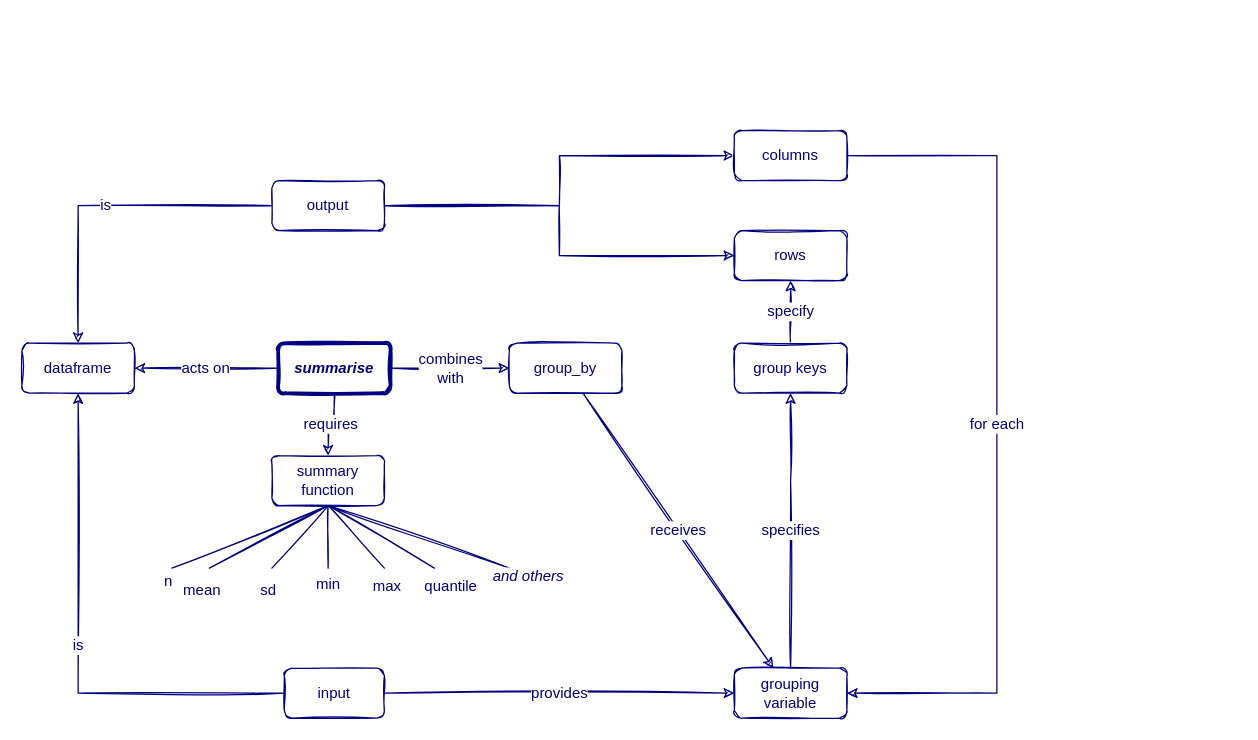
larnsce/diagrams keeps this draw.io diagram as dplyr-summairse.drawio. Above is the earlier version. Source tidied: cells renumbered, new cells numbered last; positions are measured from the earlier drawing's top-left corner, leaving out a move shared by most shapes. Both pictures are drawn from the tidied source at 125%, with x=0, y=0 at pixel (21, 130).
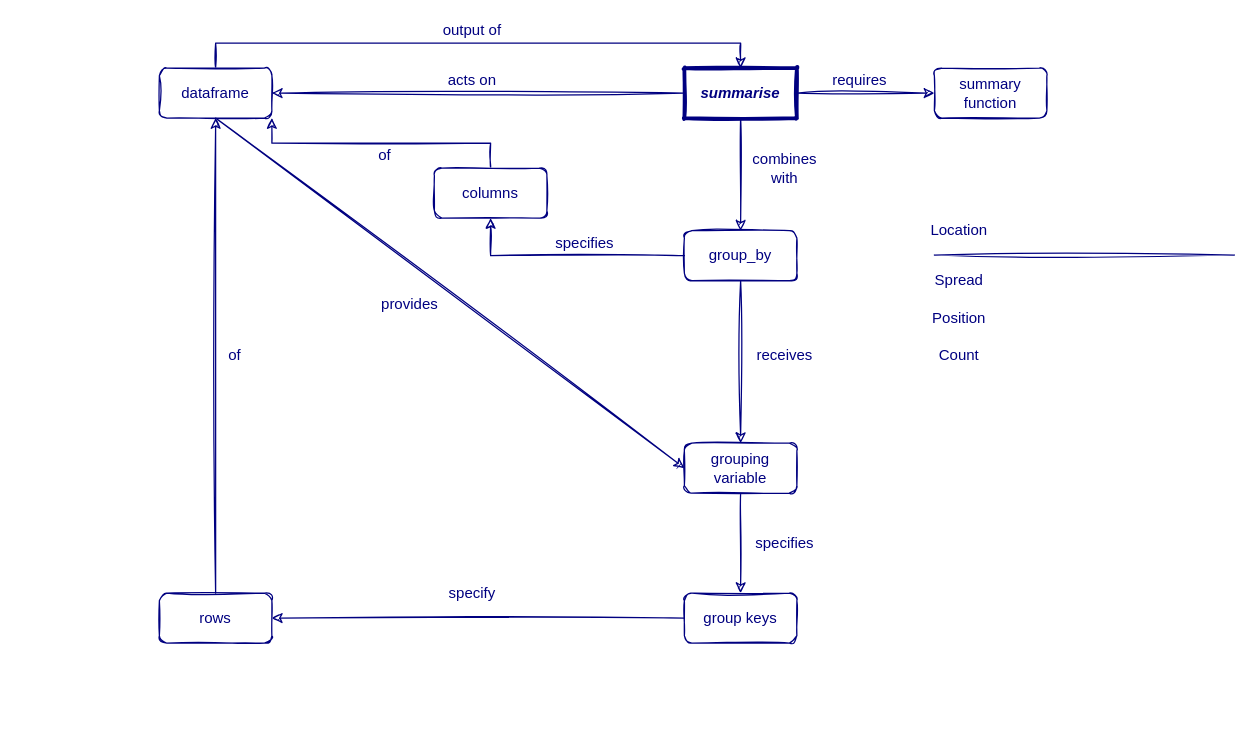
The same page after the edit.

The edit, as a diff of the source:
```diff
@@
-    <mxCell id="2" value="&lt;div style=&quot;font-size: 12px;&quot;&gt;requires&lt;/div&gt;" style="edgeStyle=orthogonalEdgeStyle;rounded=0;sketch=1;jettySize=auto;html=1;strokeColor=#000080;fontFamily=Helvetica;fontColor=#000080;fontSize=12;" parent="1" edge="1" source="5" target="16">
-      <mxGeometry relative="1" as="geometry" />
-    </mxCell>
-    <mxCell id="3" value="&lt;div&gt;combines&lt;/div&gt;&lt;div&gt;with&lt;/div&gt;" style="edgeStyle=orthogonalEdgeStyle;rounded=0;sketch=1;jettySize=auto;html=1;exitX=1;exitY=0.5;exitDx=0;exitDy=0;endArrow=classic;endFill=1;strokeColor=#000080;fontFamily=Helvetica;fontSize=12;fontColor=#000080;" parent="1" edge="1" source="5" target="18">
-      <mxGeometry relative="1" as="geometry" />
+    <mxCell id="3" value="&lt;div&gt;combines&lt;/div&gt;&lt;div&gt;with&lt;/div&gt;" style="edgeStyle=orthogonalEdgeStyle;rounded=0;sketch=1;jettySize=auto;html=1;exitX=0.5;exitY=1;exitDx=0;exitDy=0;endArrow=classic;endFill=1;strokeColor=#000080;fontFamily=Helvetica;fontSize=12;fontColor=#000080;" parent="1" edge="1" source="5" target="18">
+      <mxGeometry x="-0.11" y="35" relative="1" as="geometry" />
     </mxCell>
     <mxCell id="4" value="acts on" style="edgeStyle=none;rounded=0;sketch=1;jettySize=auto;html=1;exitX=0;exitY=0.5;exitDx=0;exitDy=0;entryX=1;entryY=0.5;entryDx=0;entryDy=0;endArrow=classic;endFill=1;strokeColor=#000080;fontFamily=Helvetica;fontSize=12;fontColor=#000080;" parent="1" edge="1" source="5" target="8">
-      <mxGeometry relative="1" as="geometry" />
+      <mxGeometry x="0.03" y="-10" relative="1" as="geometry" />
     </mxCell>
+    <mxCell id="2" value="requires" style="edgeStyle=orthogonalEdgeStyle;rounded=0;sketch=1;jettySize=auto;html=1;exitX=1;exitY=0.5;exitDx=0;exitDy=0;endArrow=classic;endFill=1;strokeColor=#000080;fontFamily=Helvetica;fontSize=12;fontColor=#000080;" parent="1" edge="1" source="5" target="16">
+      <mxGeometry x="-0.09" y="10" relative="1" as="geometry" />
+    </mxCell>
-    <mxCell id="5" value="&lt;div style=&quot;font-size: 12px;&quot;&gt;summarise&lt;/div&gt;" style="rounded=1;whiteSpace=wrap;html=1;sketch=1;strokeColor=#000080;fontFamily=Helvetica;strokeWidth=3;fontColor=#000080;fontStyle=3;fontSize=12;" parent="1" vertex="1">
-      <mxGeometry x="205" y="170" width="90" height="40" as="geometry" />
+    <mxCell id="5" value="&lt;div style=&quot;font-size: 12px;&quot;&gt;summarise&lt;/div&gt;" style="rounded=1;whiteSpace=wrap;html=1;sketch=1;strokeColor=#000080;fontFamily=Helvetica;strokeWidth=3;fontColor=#000080;fontStyle=3;fontSize=12;arcSize=0;" parent="1" vertex="1">
+      <mxGeometry x="530" y="-50" width="90" height="40" as="geometry" />
     </mxCell>
@@
-    <mxCell id="7" value="provides" style="edgeStyle=orthogonalEdgeStyle;rounded=0;sketch=1;jettySize=auto;html=1;exitX=1;exitY=0.5;exitDx=0;exitDy=0;endArrow=classic;endFill=1;strokeColor=#000080;fontFamily=Helvetica;fontSize=12;fontColor=#000080;" parent="1" edge="1" source="26" target="20">
-      <mxGeometry relative="1" as="geometry" />
+    <mxCell id="7" value="provides" style="edgeStyle=none;rounded=0;sketch=1;jettySize=auto;html=1;exitX=0.5;exitY=1;exitDx=0;exitDy=0;entryX=0;entryY=0.5;entryDx=0;entryDy=0;endArrow=classic;endFill=1;strokeColor=#000080;fontFamily=Helvetica;fontSize=12;fontColor=#000080;" parent="1" edge="1" source="8" target="20">
+      <mxGeometry x="-0.09" y="-27" relative="1" as="geometry" />
     </mxCell>
+    <mxCell id="32" value="output of" style="edgeStyle=orthogonalEdgeStyle;rounded=0;sketch=1;jettySize=auto;html=1;exitX=0.5;exitY=0;exitDx=0;exitDy=0;entryX=0.5;entryY=0;entryDx=0;entryDy=0;endArrow=classic;endFill=1;strokeColor=#000080;fontFamily=Helvetica;fontSize=12;fontColor=#000080;" parent="1" edge="1" source="8" target="5">
+      <mxGeometry x="-0.02" y="10" relative="1" as="geometry" />
+    </mxCell>
     <mxCell id="8" value="&lt;div style=&quot;font-size: 12px;&quot;&gt;dataframe&lt;/div&gt;" style="rounded=1;whiteSpace=wrap;html=1;sketch=1;strokeColor=#000080;fontFamily=Helvetica;strokeWidth=1;fontColor=#000080;fontStyle=0;fontSize=12;" parent="1" vertex="1">
-      <mxGeometry y="170" width="90" height="40" as="geometry" />
+      <mxGeometry x="110" y="-50" width="90" height="40" as="geometry" />
     </mxCell>
-    <mxCell id="9" value="&lt;div style=&quot;font-size: 12px;&quot;&gt;n&lt;/div&gt;" style="edgeStyle=none;rounded=0;sketch=1;jettySize=auto;html=1;exitX=0.5;exitY=1;exitDx=0;exitDy=0;endArrow=none;endFill=0;strokeColor=#000080;fontFamily=Helvetica;fontColor=#000080;fontSize=12;" parent="1" edge="1" source="16">
-      <mxGeometry x="1" y="10" relative="1" as="geometry">
-        <mxPoint x="120" y="350" as="targetPoint" />
-        <mxPoint x="-6" y="2" as="offset" />
-      </mxGeometry>
-    </mxCell>
-    <mxCell id="10" value="&lt;div&gt;mean&lt;/div&gt;&lt;div&gt;&lt;br&gt;&lt;/div&gt;" style="edgeStyle=none;rounded=0;sketch=1;jettySize=auto;html=1;exitX=0.5;exitY=1;exitDx=0;exitDy=0;endArrow=none;endFill=0;strokeColor=#000080;fontFamily=Helvetica;fontSize=12;fontColor=#000080;" parent="1" edge="1" source="16">
-      <mxGeometry x="1" y="20" relative="1" as="geometry">
-        <mxPoint x="150" y="350" as="targetPoint" />
-        <mxPoint x="-16" y="7" as="offset" />
-      </mxGeometry>
-    </mxCell>
-    <mxCell id="11" value="&lt;div&gt;sd&lt;/div&gt;&lt;div&gt;&lt;br&gt;&lt;/div&gt;" style="edgeStyle=none;rounded=0;sketch=1;jettySize=auto;html=1;exitX=0.5;exitY=1;exitDx=0;exitDy=0;endArrow=none;endFill=0;strokeColor=#000080;fontFamily=Helvetica;fontSize=12;fontColor=#000080;" parent="1" edge="1" source="16">
-      <mxGeometry x="1" y="20" relative="1" as="geometry">
-        <mxPoint x="200" y="350" as="targetPoint" />
-        <mxPoint x="-18" y="12" as="offset" />
-      </mxGeometry>
-    </mxCell>
-    <mxCell id="12" value="&lt;div&gt;min&lt;/div&gt;&lt;div&gt;&lt;br&gt;&lt;/div&gt;" style="edgeStyle=none;rounded=0;sketch=1;jettySize=auto;html=1;exitX=0.5;exitY=1;exitDx=0;exitDy=0;endArrow=none;endFill=0;strokeColor=#000080;fontFamily=Helvetica;fontSize=12;fontColor=#000080;" parent="1" edge="1" source="16">
-      <mxGeometry x="1" y="20" relative="1" as="geometry">
-        <mxPoint x="245" y="350" as="targetPoint" />
-        <mxPoint x="-20" y="20" as="offset" />
-      </mxGeometry>
-    </mxCell>
-    <mxCell id="13" value="&lt;div&gt;max&lt;/div&gt;&lt;div&gt;&lt;br&gt;&lt;/div&gt;" style="edgeStyle=none;rounded=0;sketch=1;jettySize=auto;html=1;exitX=0.5;exitY=1;exitDx=0;exitDy=0;endArrow=none;endFill=0;strokeColor=#000080;fontFamily=Helvetica;fontSize=12;fontColor=#000080;" parent="1" edge="1" source="16">
-      <mxGeometry x="1" y="-20" relative="1" as="geometry">
-        <mxPoint x="290" y="350" as="targetPoint" />
-        <mxPoint x="17" y="9" as="offset" />
-      </mxGeometry>
-    </mxCell>
-    <mxCell id="14" value="&lt;div&gt;quantile&lt;/div&gt;&lt;div&gt;&lt;br&gt;&lt;/div&gt;" style="edgeStyle=none;rounded=0;sketch=1;jettySize=auto;html=1;exitX=0.5;exitY=1;exitDx=0;exitDy=0;endArrow=none;endFill=0;strokeColor=#000080;fontFamily=Helvetica;fontSize=12;fontColor=#000080;" parent="1" edge="1" source="16">
-      <mxGeometry x="1" y="-22" relative="1" as="geometry">
-        <mxPoint x="330" y="350" as="targetPoint" />
-        <mxPoint x="24" y="3" as="offset" />
-      </mxGeometry>
-    </mxCell>
-    <mxCell id="15" value="&lt;div&gt;and others&lt;/div&gt;" style="edgeStyle=none;rounded=0;sketch=1;jettySize=auto;html=1;exitX=0.5;exitY=1;exitDx=0;exitDy=0;endArrow=none;endFill=0;strokeColor=#000080;fontFamily=Helvetica;fontSize=12;fontColor=#000080;fontStyle=2;" parent="1" edge="1" source="16">
-      <mxGeometry x="1" y="22" relative="1" as="geometry">
-        <mxPoint x="390" y="350" as="targetPoint" />
-        <mxPoint x="8" y="28" as="offset" />
-      </mxGeometry>
-    </mxCell>
     <mxCell id="16" value="summary function" style="whiteSpace=wrap;html=1;rounded=1;fontColor=#000080;fontStyle=0;strokeColor=#000080;strokeWidth=1;sketch=1;fontSize=12;" parent="1" vertex="1">
-      <mxGeometry x="200" y="260" width="90" height="40" as="geometry" />
+      <mxGeometry x="730" y="-50" width="90" height="40" as="geometry" />
     </mxCell>
-    <mxCell id="17" value="&lt;div&gt;receives&lt;/div&gt;" style="rounded=0;sketch=1;jettySize=auto;html=1;endArrow=classic;endFill=1;strokeColor=#000080;fontFamily=Helvetica;fontSize=12;fontColor=#000080;" parent="1" edge="1" source="18" target="20">
-      <mxGeometry relative="1" as="geometry" />
+    <mxCell id="17" value="&lt;div&gt;receives&lt;/div&gt;" style="rounded=0;sketch=1;jettySize=auto;html=1;endArrow=classic;endFill=1;strokeColor=#000080;fontFamily=Helvetica;fontSize=12;fontColor=#000080;entryX=0.5;entryY=0;entryDx=0;entryDy=0;" parent="1" edge="1" source="18" target="20">
+      <mxGeometry x="-0.08" y="35" relative="1" as="geometry" />
     </mxCell>
+    <mxCell id="33" value="specifies" style="edgeStyle=orthogonalEdgeStyle;rounded=0;sketch=1;jettySize=auto;html=1;exitX=0;exitY=0.5;exitDx=0;exitDy=0;endArrow=classic;endFill=1;strokeColor=#000080;fontFamily=Helvetica;fontSize=12;fontColor=#000080;" parent="1" edge="1" source="18" target="28">
+      <mxGeometry x="0.78" y="-75" relative="1" as="geometry" />
+    </mxCell>
     <mxCell id="18" value="group_by" style="rounded=1;whiteSpace=wrap;html=1;sketch=1;strokeColor=#000080;strokeWidth=1;fontSize=12;fontColor=#000080;" parent="1" vertex="1">
-      <mxGeometry x="390" y="170" width="90" height="40" as="geometry" />
+      <mxGeometry x="530" y="80" width="90" height="40" as="geometry" />
     </mxCell>
-    <mxCell id="19" value="specifies" style="edgeStyle=orthogonalEdgeStyle;rounded=0;sketch=1;jettySize=auto;html=1;exitX=0.5;exitY=0;exitDx=0;exitDy=0;entryX=0.5;entryY=1;entryDx=0;entryDy=0;endArrow=classic;endFill=1;strokeColor=#000080;fontFamily=Helvetica;fontSize=12;fontColor=#000080;" parent="1" edge="1" source="20" target="31">
-      <mxGeometry relative="1" as="geometry">
-        <Array as="points">
-          <mxPoint x="615" y="280" />
-          <mxPoint x="615" y="280" />
-        </Array>
-      </mxGeometry>
+    <mxCell id="19" value="specifies" style="edgeStyle=orthogonalEdgeStyle;rounded=0;sketch=1;jettySize=auto;html=1;exitX=0.5;exitY=1;exitDx=0;exitDy=0;endArrow=classic;endFill=1;strokeColor=#000080;fontFamily=Helvetica;fontSize=12;fontColor=#000080;" parent="1" edge="1" source="20" target="31">
+      <mxGeometry y="35" relative="1" as="geometry" />
     </mxCell>
     <mxCell id="20" value="&lt;div&gt;grouping&lt;/div&gt;&lt;div&gt;variable&lt;br&gt;&lt;/div&gt;" style="whiteSpace=wrap;html=1;rounded=1;fontColor=#000080;strokeColor=#000080;strokeWidth=1;sketch=1;" parent="1" vertex="1">
-      <mxGeometry x="570" y="430" width="90" height="40" as="geometry" />
+      <mxGeometry x="530" y="250" width="90" height="40" as="geometry" />
     </mxCell>
-    <mxCell id="21" value="is" style="edgeStyle=orthogonalEdgeStyle;rounded=0;sketch=1;jettySize=auto;html=1;exitX=0;exitY=0.5;exitDx=0;exitDy=0;entryX=0.5;entryY=0;entryDx=0;entryDy=0;endArrow=classic;endFill=1;strokeColor=#000080;fontFamily=Helvetica;fontSize=12;fontColor=#000080;" parent="1" edge="1" source="24" target="8">
-      <mxGeometry relative="1" as="geometry" />
-    </mxCell>
-    <mxCell id="22" style="edgeStyle=orthogonalEdgeStyle;rounded=0;sketch=1;jettySize=auto;html=1;exitX=1;exitY=0.5;exitDx=0;exitDy=0;endArrow=classic;endFill=1;strokeColor=#000080;fontFamily=Helvetica;fontSize=12;fontColor=#000080;" parent="1" edge="1" source="24" target="28">
-      <mxGeometry relative="1" as="geometry" />
-    </mxCell>
-    <mxCell id="23" style="edgeStyle=orthogonalEdgeStyle;rounded=0;sketch=1;jettySize=auto;html=1;exitX=1;exitY=0.5;exitDx=0;exitDy=0;endArrow=classic;endFill=1;strokeColor=#000080;fontFamily=Helvetica;fontSize=12;fontColor=#000080;" parent="1" edge="1" source="24" target="29">
-      <mxGeometry relative="1" as="geometry" />
-    </mxCell>
-    <mxCell id="24" value="output" style="rounded=1;whiteSpace=wrap;html=1;sketch=1;strokeColor=#000080;strokeWidth=1;fontSize=12;fontColor=#000080;" parent="1" vertex="1">
-      <mxGeometry x="200" y="40" width="90" height="40" as="geometry" />
-    </mxCell>
-    <mxCell id="25" value="&lt;div&gt;is&lt;/div&gt;" style="edgeStyle=orthogonalEdgeStyle;rounded=0;sketch=1;jettySize=auto;html=1;exitX=0;exitY=0.5;exitDx=0;exitDy=0;endArrow=classic;endFill=1;strokeColor=#000080;fontFamily=Helvetica;fontSize=12;fontColor=#000080;" parent="1" edge="1" source="26" target="8">
-      <mxGeometry relative="1" as="geometry" />
-    </mxCell>
-    <mxCell id="26" value="input" style="rounded=1;whiteSpace=wrap;html=1;sketch=1;strokeColor=#000080;strokeWidth=1;fontSize=12;fontColor=#000080;" parent="1" vertex="1">
-      <mxGeometry x="210" y="430" width="80" height="40" as="geometry" />
-    </mxCell>
-    <mxCell id="27" value="for each" style="edgeStyle=orthogonalEdgeStyle;rounded=0;sketch=1;jettySize=auto;html=1;exitX=1;exitY=0.5;exitDx=0;exitDy=0;entryX=1;entryY=0.5;entryDx=0;entryDy=0;endArrow=classic;endFill=1;strokeColor=#000080;fontFamily=Helvetica;fontSize=12;fontColor=#000080;" parent="1" edge="1" source="28" target="20">
-      <mxGeometry relative="1" as="geometry">
-        <Array as="points">
-          <mxPoint x="780" y="20" />
-          <mxPoint x="780" y="450" />
-        </Array>
-      </mxGeometry>
-    </mxCell>
-    <mxCell id="28" value="&lt;div&gt;columns&lt;/div&gt;" style="rounded=1;whiteSpace=wrap;html=1;sketch=1;strokeColor=#000080;strokeWidth=1;fontSize=12;fontColor=#000080;" parent="1" vertex="1">
-      <mxGeometry x="570" width="90" height="40" as="geometry" />
-    </mxCell>
+    <mxCell id="34" value="of" style="edgeStyle=orthogonalEdgeStyle;rounded=0;sketch=1;jettySize=auto;html=1;exitX=0.5;exitY=0;exitDx=0;exitDy=0;endArrow=classic;endFill=1;strokeColor=#000080;fontFamily=Helvetica;fontSize=12;fontColor=#000080;" parent="1" edge="1" source="29" target="8">
+      <mxGeometry y="-15" relative="1" as="geometry" />
+    </mxCell>
-    <mxCell id="29" value="&lt;div&gt;rows&lt;/div&gt;" style="rounded=1;whiteSpace=wrap;html=1;sketch=1;strokeColor=#000080;strokeWidth=1;fontSize=12;fontColor=#000080;" parent="1" vertex="1">
-      <mxGeometry x="570" y="80" width="90" height="40" as="geometry" />
+    <mxCell id="29" value="rows" style="rounded=1;whiteSpace=wrap;html=1;sketch=1;strokeColor=#000080;strokeWidth=1;fontSize=12;fontColor=#000080;" parent="1" vertex="1">
+      <mxGeometry x="110" y="370" width="90" height="40" as="geometry" />
     </mxCell>
-    <mxCell id="30" value="specify" style="edgeStyle=orthogonalEdgeStyle;rounded=0;sketch=1;jettySize=auto;html=1;exitX=0.5;exitY=0;exitDx=0;exitDy=0;entryX=0.5;entryY=1;entryDx=0;entryDy=0;endArrow=classic;endFill=1;strokeColor=#000080;fontFamily=Helvetica;fontSize=12;fontColor=#000080;" parent="1" edge="1" source="31" target="29">
-      <mxGeometry relative="1" as="geometry" />
+    <mxCell id="30" value="specify" style="edgeStyle=orthogonalEdgeStyle;rounded=0;sketch=1;jettySize=auto;html=1;exitX=0;exitY=0.5;exitDx=0;exitDy=0;entryX=1;entryY=0.5;entryDx=0;entryDy=0;endArrow=classic;endFill=1;strokeColor=#000080;fontFamily=Helvetica;fontSize=12;fontColor=#000080;" parent="1" edge="1" source="31" target="29">
+      <mxGeometry x="0.03" y="-20" relative="1" as="geometry" />
     </mxCell>
     <mxCell id="31" value="group keys" style="rounded=1;whiteSpace=wrap;html=1;sketch=1;strokeColor=#000080;strokeWidth=1;fontSize=12;fontColor=#000080;" parent="1" vertex="1">
-      <mxGeometry x="570" y="170" width="90" height="40" as="geometry" />
+      <mxGeometry x="530" y="370" width="90" height="40" as="geometry" />
     </mxCell>
+    <mxCell id="35" value="of" style="rounded=0;sketch=1;jettySize=auto;html=1;exitX=0.5;exitY=0;exitDx=0;exitDy=0;entryX=1;entryY=1;entryDx=0;entryDy=0;endArrow=classic;endFill=1;strokeColor=#000080;fontFamily=Helvetica;fontSize=12;fontColor=#000080;edgeStyle=orthogonalEdgeStyle;" parent="1" edge="1" source="28" target="8">
+      <mxGeometry x="-0.02" y="10" relative="1" as="geometry" />
+    </mxCell>
+    <mxCell id="28" value="columns" style="rounded=1;whiteSpace=wrap;html=1;sketch=1;strokeColor=#000080;strokeWidth=1;fontSize=12;fontColor=#000080;" parent="1" vertex="1">
+      <mxGeometry x="330" y="30" width="90" height="40" as="geometry" />
+    </mxCell>
+    <mxCell id="36" style="endArrow=none;html=1;strokeColor=#000080;fontFamily=Helvetica;fontSize=12;fontColor=#000080;sketch=1;" parent="1" edge="1">
+      <mxGeometry relative="1" as="geometry">
+        <mxPoint x="730" y="99.5" as="sourcePoint" />
+        <mxPoint x="970" y="99.5" as="targetPoint" />
+      </mxGeometry>
+    </mxCell>
+    <mxCell id="37" value="Location" style="text;html=1;strokeColor=none;fillColor=none;align=center;verticalAlign=middle;whiteSpace=wrap;rounded=0;sketch=1;fontSize=12;fontColor=#000080;" parent="1" vertex="1">
+      <mxGeometry x="730" y="70" width="40" height="20" as="geometry" />
+    </mxCell>
+    <mxCell id="38" value="Spread" style="text;html=1;strokeColor=none;fillColor=none;align=center;verticalAlign=middle;whiteSpace=wrap;rounded=0;sketch=1;fontSize=12;fontColor=#000080;" parent="1" vertex="1">
+      <mxGeometry x="730" y="110" width="40" height="20" as="geometry" />
+    </mxCell>
+    <mxCell id="39" value="Position" style="text;html=1;strokeColor=none;fillColor=none;align=center;verticalAlign=middle;whiteSpace=wrap;rounded=0;sketch=1;fontSize=12;fontColor=#000080;" parent="1" vertex="1">
+      <mxGeometry x="730" y="140" width="40" height="20" as="geometry" />
+    </mxCell>
+    <mxCell id="40" value="Count" style="text;html=1;strokeColor=none;fillColor=none;align=center;verticalAlign=middle;whiteSpace=wrap;rounded=0;sketch=1;fontSize=12;fontColor=#000080;" parent="1" vertex="1">
+      <mxGeometry x="730" y="170" width="40" height="20" as="geometry" />
+    </mxCell>
```
